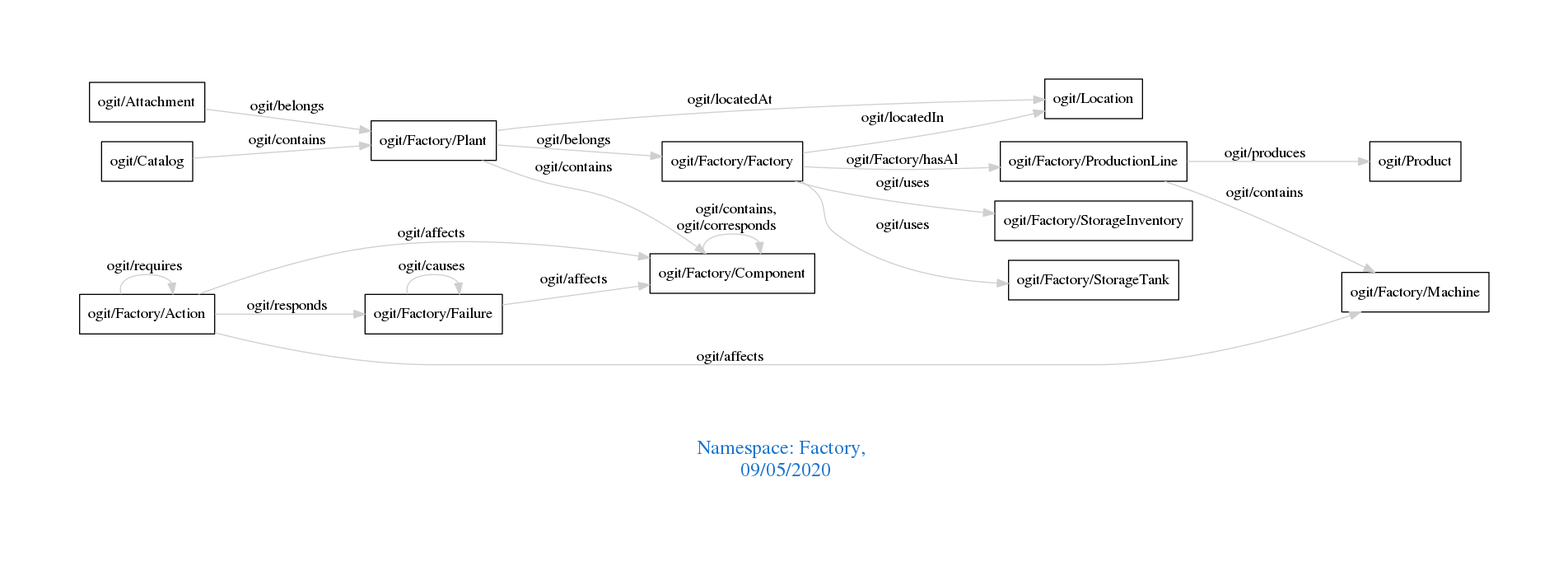
Above: downloads/Factory.png in arago/OGIT (Graphviz), before the change. Its source is kept beside it as downloads/Factory.dot.
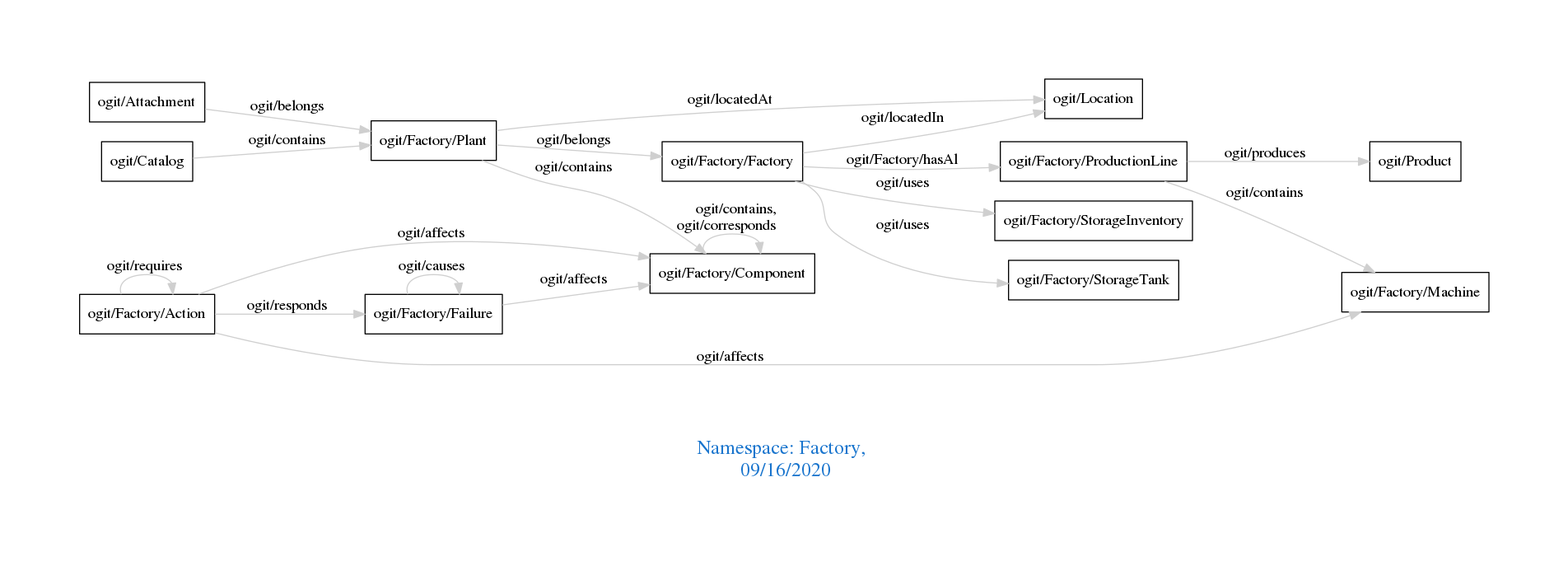
Later version of the same file.

Change to the diagram source:
```diff
@@ -1,7 +1,7 @@
 digraph OGIT_ontology {
  graph [ rankdir= LR,pad=1
 fontsize = 18,
-fontcolor= dodgerblue3,label = "\n\n\nNamespace: Factory, \n 09/05/2020"];
+fontcolor= dodgerblue3,label = "\n\n\nNamespace: Factory, \n 09/16/2020"];
 node[shape=polygon];
 edge [  color="gray81"];
 
```
